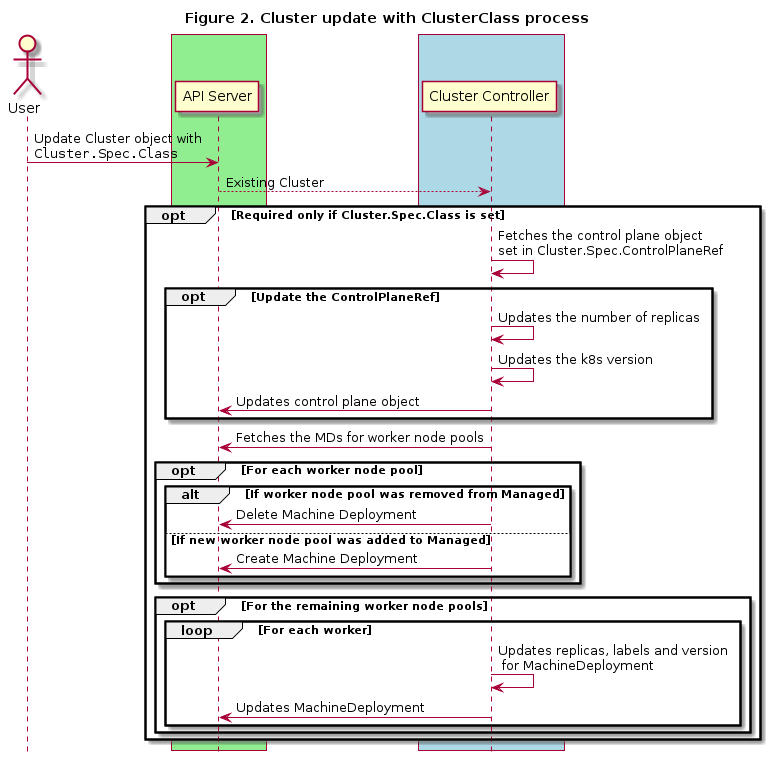
This is docs/proposals/images/cluster-class/update.png from kubernetes-sigs/cluster-api, a PlantUML export, as it was before one commit.
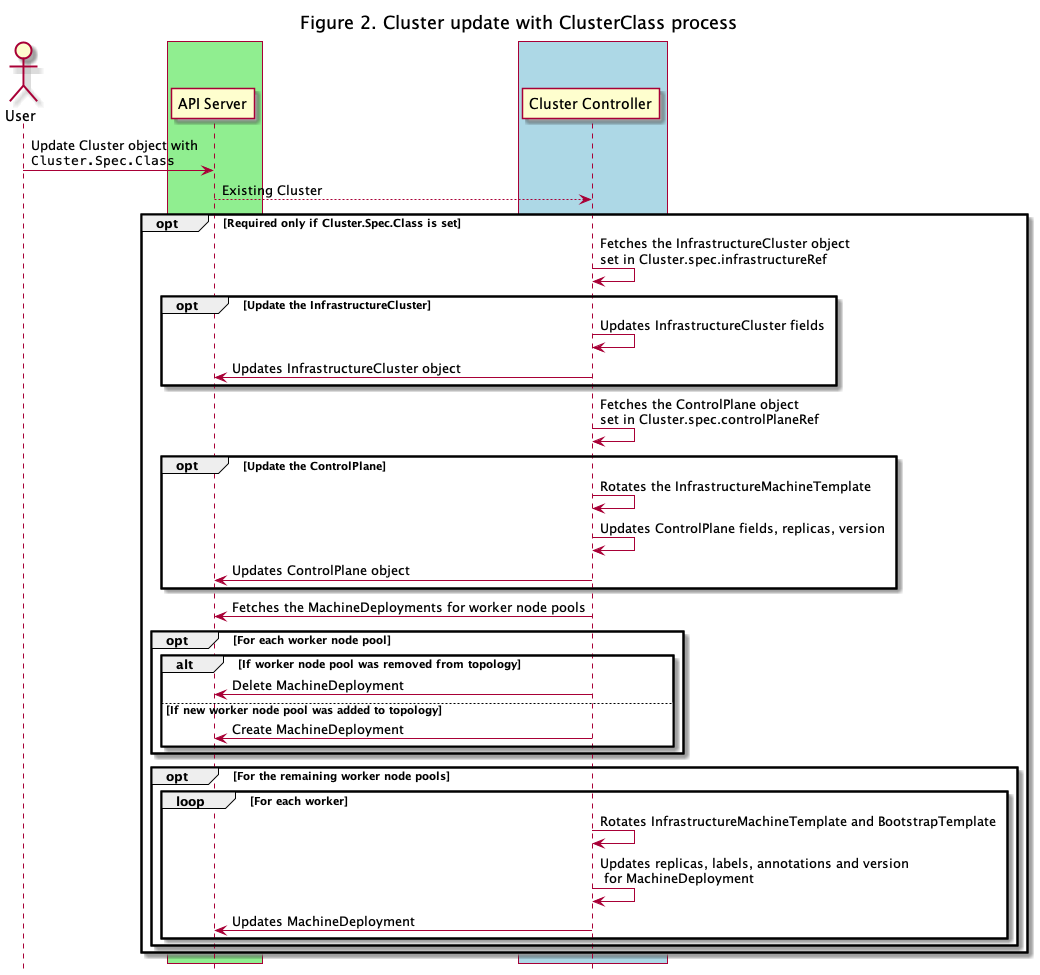
After the commit.

Change to the diagram source:
```diff
@@ -15,24 +15,31 @@
 User -> "API Server" : Update Cluster object with\n""Cluster.Spec.Class""
 "API Server" --> "Cluster Controller": Existing Cluster
 opt Required only if Cluster.Spec.Class is set
-  "Cluster Controller" -> "Cluster Controller": Fetches the control plane object\nset in Cluster.Spec.ControlPlaneRef
-  opt Update the ControlPlaneRef
-    "Cluster Controller" -> "Cluster Controller": Updates the number of replicas
-    "Cluster Controller" -> "Cluster Controller": Updates the k8s version
-    "Cluster Controller" -> "API Server": Updates control plane object
+  "Cluster Controller" -> "Cluster Controller": Fetches the InfrastructureCluster object\nset in Cluster.spec.infrastructureRef
+  opt Update the InfrastructureCluster
+    "Cluster Controller" -> "Cluster Controller": Updates InfrastructureCluster fields
+    "Cluster Controller" -> "API Server": Updates InfrastructureCluster object
   end
 
-  "Cluster Controller" -> "API Server": Fetches the MDs for worker node pools
+  "Cluster Controller" -> "Cluster Controller": Fetches the ControlPlane object\nset in Cluster.spec.controlPlaneRef
+  opt Update the ControlPlane
+    "Cluster Controller" -> "Cluster Controller": Rotates the InfrastructureMachineTemplate
+    "Cluster Controller" -> "Cluster Controller": Updates ControlPlane fields, replicas, version
+    "Cluster Controller" -> "API Server": Updates ControlPlane object
+  end
+
+  "Cluster Controller" -> "API Server": Fetches the MachineDeployments for worker node pools
   opt For each worker node pool
-    alt If worker node pool was removed from Managed
-      "Cluster Controller" -> "API Server": Delete Machine Deployment
-    else If new worker node pool was added to Managed
-      "Cluster Controller" -> "API Server": Create Machine Deployment
+    alt If worker node pool was removed from topology
+      "Cluster Controller" -> "API Server": Delete MachineDeployment
+    else If new worker node pool was added to topology
+      "Cluster Controller" -> "API Server": Create MachineDeployment
     end
   end
   opt For the remaining worker node pools
     loop For each worker
-      "Cluster Controller" -> "Cluster Controller": Updates replicas, labels and version\n for MachineDeployment
+      "Cluster Controller" -> "Cluster Controller": Rotates InfrastructureMachineTemplate and BootstrapTemplate
+      "Cluster Controller" -> "Cluster Controller": Updates replicas, labels, annotations and version\n for MachineDeployment
       "Cluster Controller" -> "API Server": Updates MachineDeployment
     end
   end
```
